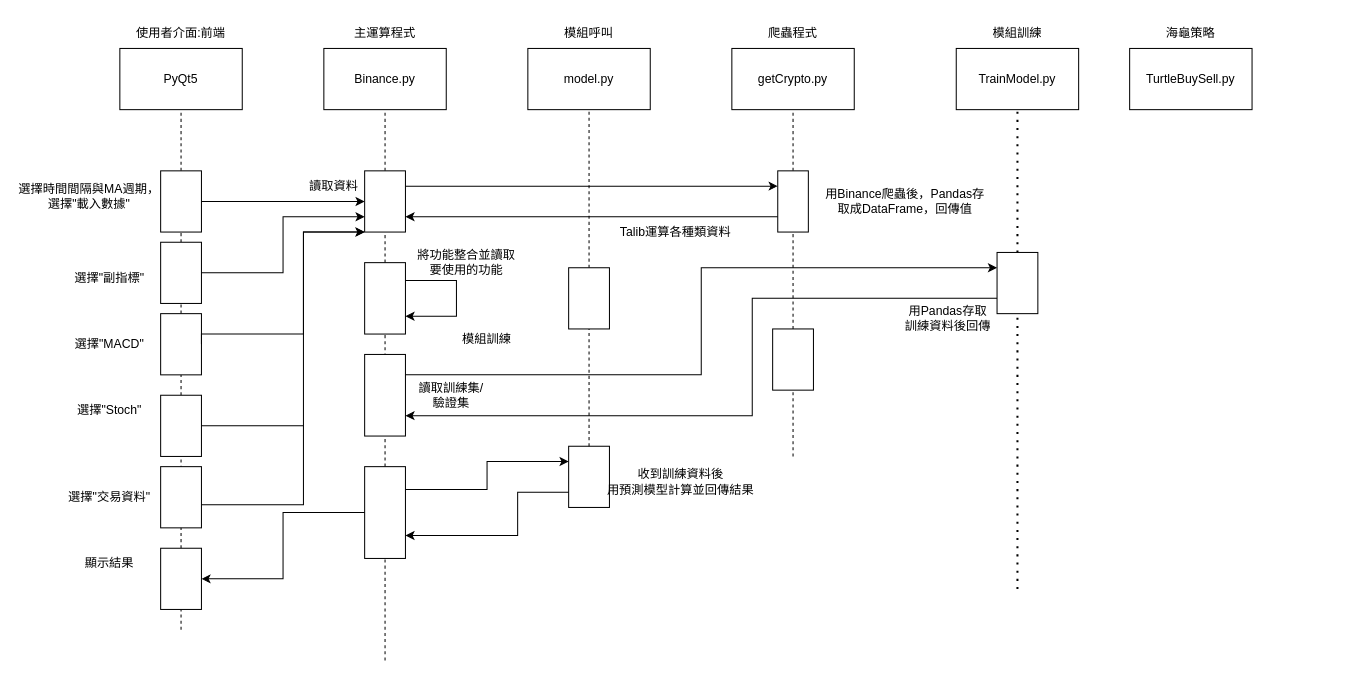
Earlier version of the draw.io diagram 專題/版本0.4/未命名圖表.drawio (C109118214/AICourseORed). Source tidied: cells renumbered, new cells numbered last; positions are measured from the earlier drawing's top-left corner, leaving out a move shared by most shapes. Both pictures are drawn from the tidied source at 102%, with x=0, y=0 at pixel (17, 17).
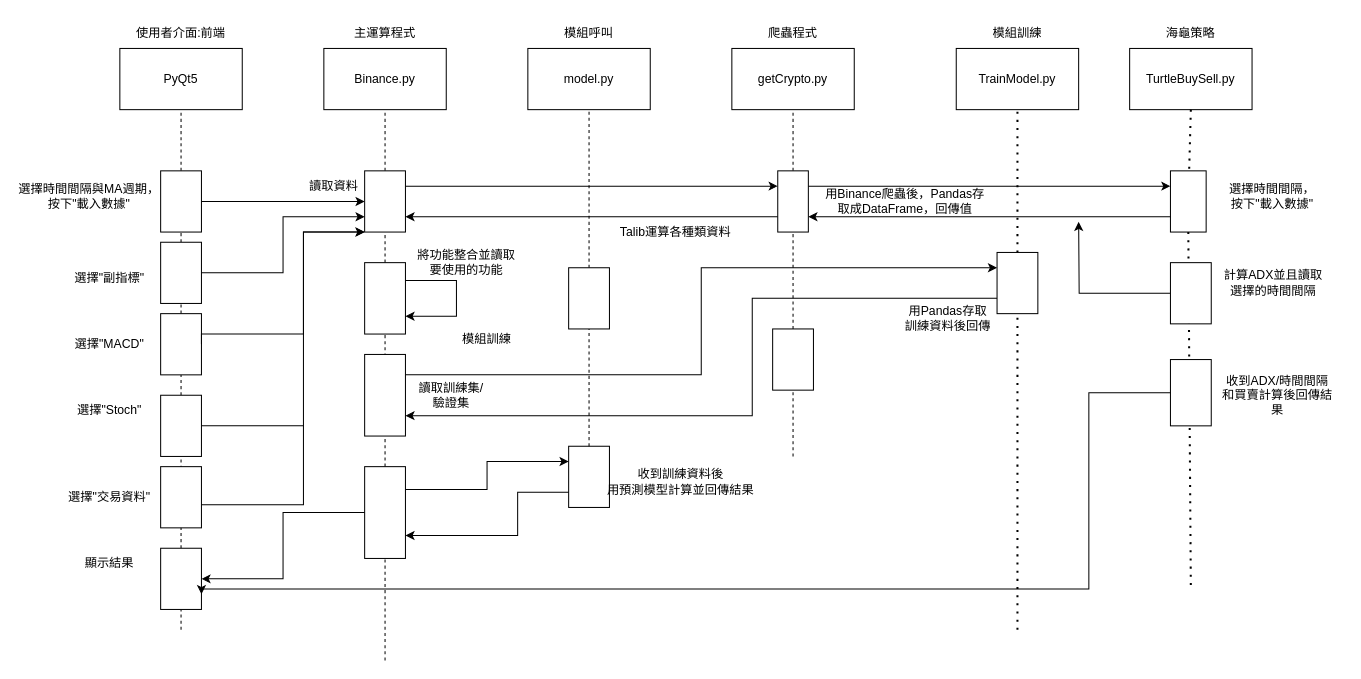
The same diagram, later.

Commit message:
更新未命名圖表.drawio

The change refers to these unchanged cells:
```xml
<mxCell id="17" style="rounded=0;whiteSpace=wrap;html=1;" parent="1" vertex="1">
  <mxGeometry x="745" y="150" width="30" height="60" as="geometry" />
</mxCell>
<mxCell id="42" style="rounded=0;whiteSpace=wrap;html=1;" parent="1" vertex="1">
  <mxGeometry x="140" y="520" width="40" height="60" as="geometry" />
</mxCell>
<mxCell id="65" style="rounded=0;whiteSpace=wrap;html=1;" parent="1" vertex="1">
  <mxGeometry x="960" y="230" width="40" height="60" as="geometry" />
</mxCell>
<mxCell id="70" value="TurtleBuySell.py" style="rounded=0;whiteSpace=wrap;html=1;" parent="1" vertex="1">
  <mxGeometry x="1090" y="30" width="120" height="60" as="geometry" />
</mxCell>
```

The edit, as a diff of the source:
```diff
@@
-    <mxCell id="29" value="選擇時間間隔與MA週期，選擇&quot;載入數據&quot;" style="text;html=1;align=center;verticalAlign=middle;whiteSpace=wrap;rounded=0;" parent="1" vertex="1">
+    <mxCell id="29" value="選擇時間間隔與MA週期，按下&quot;載入數據&quot;" style="text;html=1;align=center;verticalAlign=middle;whiteSpace=wrap;rounded=0;" parent="1" vertex="1">
       <mxGeometry y="160" width="140" height="30" as="geometry" />
     </mxCell>
@@
     <mxCell id="64" style="endArrow=none;dashed=1;html=1;dashPattern=1 3;strokeWidth=2;rounded=0;entryX=0.5;entryY=1;entryDx=0;entryDy=0;" parent="1" edge="1" target="65">
       <mxGeometry relative="1" as="geometry">
-        <mxPoint x="980" y="560" as="sourcePoint" />
+        <mxPoint x="980" y="600" as="sourcePoint" />
       </mxGeometry>
     </mxCell>
@@
+    <mxCell id="73" style="endArrow=none;dashed=1;html=1;dashPattern=1 3;strokeWidth=2;rounded=0;exitX=0.5;exitY=1;exitDx=0;exitDy=0;" parent="1" edge="1" source="75">
+      <mxGeometry relative="1" as="geometry">
+        <mxPoint x="1150" y="560" as="targetPoint" />
+      </mxGeometry>
+    </mxCell>
+    <mxCell id="74" style="endArrow=none;dashed=1;html=1;dashPattern=1 3;strokeWidth=2;rounded=0;exitX=0.5;exitY=1;exitDx=0;exitDy=0;" parent="1" edge="1" source="70" target="75">
+      <mxGeometry relative="1" as="geometry" />
+    </mxCell>
+    <mxCell id="75" style="rounded=0;whiteSpace=wrap;html=1;" parent="1" vertex="1">
+      <mxGeometry x="1130" y="150" width="35" height="60" as="geometry" />
+    </mxCell>
+    <mxCell id="76" value="選擇時間間隔，&lt;div&gt;&lt;span style=&quot;background-color: transparent; color: light-dark(rgb(0, 0, 0), rgb(255, 255, 255));&quot;&gt;按下&quot;載入數據&quot;&lt;/span&gt;&lt;/div&gt;" style="text;html=1;align=center;verticalAlign=middle;whiteSpace=wrap;rounded=0;" parent="1" vertex="1">
+      <mxGeometry x="1160" y="160" width="140" height="30" as="geometry" />
+    </mxCell>
+    <mxCell id="77" style="endArrow=classic;html=1;rounded=0;entryX=0;entryY=0.25;entryDx=0;entryDy=0;exitX=1;exitY=0.25;exitDx=0;exitDy=0;" parent="1" edge="1" source="17" target="75">
+      <mxGeometry relative="1" as="geometry" />
+    </mxCell>
+    <mxCell id="78" style="endArrow=classic;html=1;rounded=0;entryX=1;entryY=0.75;entryDx=0;entryDy=0;exitX=0;exitY=0.75;exitDx=0;exitDy=0;" parent="1" edge="1" source="75" target="17">
+      <mxGeometry relative="1" as="geometry" />
+    </mxCell>
+    <mxCell id="79" style="edgeStyle=orthogonalEdgeStyle;rounded=0;jettySize=auto;html=1;" parent="1" edge="1" source="80">
+      <mxGeometry relative="1" as="geometry">
+        <mxPoint x="1040" y="200" as="targetPoint" />
+      </mxGeometry>
+    </mxCell>
+    <mxCell id="80" style="rounded=0;whiteSpace=wrap;html=1;" parent="1" vertex="1">
+      <mxGeometry x="1130" y="240" width="40" height="60" as="geometry" />
+    </mxCell>
+    <mxCell id="81" value="計算ADX並且讀取選擇的時間間隔" style="text;html=1;align=center;verticalAlign=middle;whiteSpace=wrap;rounded=0;" parent="1" vertex="1">
+      <mxGeometry x="1181" y="245" width="100" height="30" as="geometry" />
+    </mxCell>
+    <mxCell id="82" style="rounded=0;whiteSpace=wrap;html=1;" parent="1" vertex="1">
+      <mxGeometry x="1130" y="335" width="40" height="65" as="geometry" />
+    </mxCell>
+    <mxCell id="83" value="收到ADX/時間間隔和買賣計算後回傳結果" style="text;html=1;align=center;verticalAlign=middle;whiteSpace=wrap;rounded=0;" parent="1" vertex="1">
+      <mxGeometry x="1180" y="355" width="110" height="30" as="geometry" />
+    </mxCell>
+    <mxCell id="84" style="endArrow=classic;html=1;rounded=0;exitX=0;exitY=0.5;exitDx=0;exitDy=0;entryX=1;entryY=0.75;entryDx=0;entryDy=0;edgeStyle=orthogonalEdgeStyle;" parent="1" edge="1" source="82" target="42">
+      <mxGeometry relative="1" as="geometry">
+        <Array as="points">
+          <mxPoint x="1050" y="368" />
+          <mxPoint x="1050" y="560" />
+          <mxPoint x="180" y="560" />
+        </Array>
+      </mxGeometry>
+    </mxCell>
```
